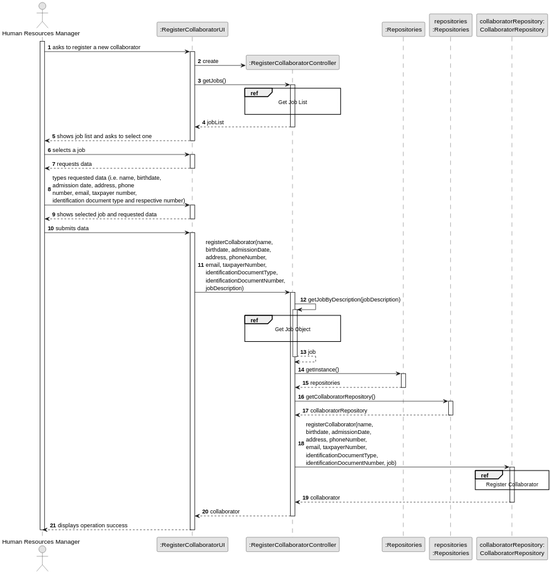
Departamento-de-Engenharia-Informatica/lei-24-s2-1dm-g132 keeps this PlantUML diagram as docs/sprintB/us003/03.design/svg/us003-sequence-diagram-split.svg. Above is the earlier version. Source of this version:
```plantuml
@startuml
skinparam monochrome true
skinparam packageStyle rectangle
skinparam shadowing false

autonumber

actor "Human Resources Manager" as HRM
participant ":RegisterCollaboratorUI" as UI
participant ":RegisterCollaboratorController" as CTRL
participant ":Repositories" as RepositorySingleton
participant "repositories\n:Repositories" as PLAT
participant "collaboratorRepository:\nCollaboratorRepository" as CollaboratorRepository

activate HRM

        HRM -> UI : asks to register a new collaborator

        activate UI

            UI -> CTRL** : create

            UI -> CTRL : getJobs()
            ref over CTRL
                Get Job List

            end ref

            activate CTRL

                CTRL --> UI : jobList
            deactivate CTRL

            UI --> HRM : shows job list and asks to select one
        deactivate UI

    HRM -> UI : selects a job
    activate UI

        UI --> HRM : requests data
    deactivate UI

    HRM -> UI : types requested data (i.e. name, birthdate,\nadmission date, address, phone\nnumber, email, taxpayer number,\nidentification document type and respective number)
    activate UI

        UI --> HRM : shows selected job and requested data
    deactivate UI

    HRM -> UI : submits data
    activate UI

        UI -> CTRL : registerCollaborator(name,\nbirthdate, admissionDate,\naddress, phoneNumber,\nemail, taxpayerNumber,\nidentificationDocumentType,\nidentificationDocumentNumber,\njobDescription)
        activate CTRL

            CTRL -> CTRL : getJobByDescription(jobDescription)
            activate CTRL

                ref over CTRL
                    Get Job Object

                end ref


                    CTRL --> CTRL : job
            deactivate CTRL

            CTRL -> RepositorySingleton : getInstance()
                activate RepositorySingleton

                    RepositorySingleton --> CTRL: repositories
                deactivate RepositorySingleton

                CTRL -> PLAT : getCollaboratorRepository()
                activate PLAT

                     PLAT --> CTRL: collaboratorRepository
            deactivate PLAT

            CTRL -> CollaboratorRepository: registerCollaborator(name,\nbirthdate, admissionDate,\naddress, phoneNumber,\nemail, taxpayerNumber,\nidentificationDocumentType,\nidentificationDocumentNumber, job)
            activate CollaboratorRepository

                ref over CollaboratorRepository
                    Register Collaborator
                end ref

                CollaboratorRepository --> CTRL : collaborator

            deactivate CollaboratorRepository

            CTRL --> UI: collaborator
            deactivate CTRL
            UI --> HRM: displays operation success
    deactivate UI

deactivate HRM
@enduml
```
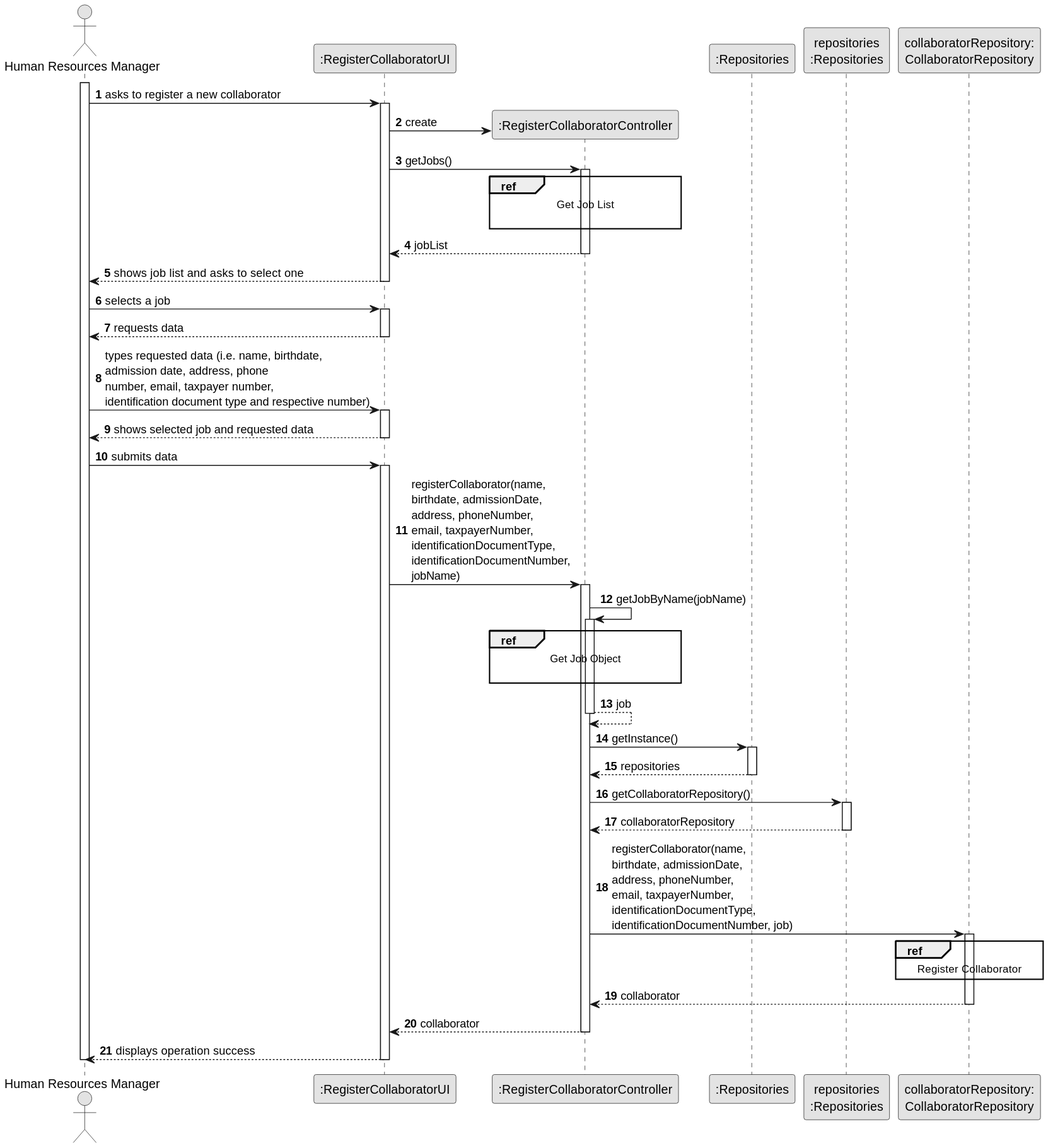
After the change.

Change to the diagram source:
```diff
@@ -49,10 +49,10 @@
     HRM -> UI : submits data
     activate UI
 
-        UI -> CTRL : registerCollaborator(name,\nbirthdate, admissionDate,\naddress, phoneNumber,\nemail, taxpayerNumber,\nidentificationDocumentType,\nidentificationDocumentNumber,\njobDescription)
+        UI -> CTRL : registerCollaborator(name,\nbirthdate, admissionDate,\naddress, phoneNumber,\nemail, taxpayerNumber,\nidentificationDocumentType,\nidentificationDocumentNumber,\njobName)
         activate CTRL
 
-            CTRL -> CTRL : getJobByDescription(jobDescription)
+            CTRL -> CTRL : getJobByName(jobName)
             activate CTRL
 
                 ref over CTRL
```
